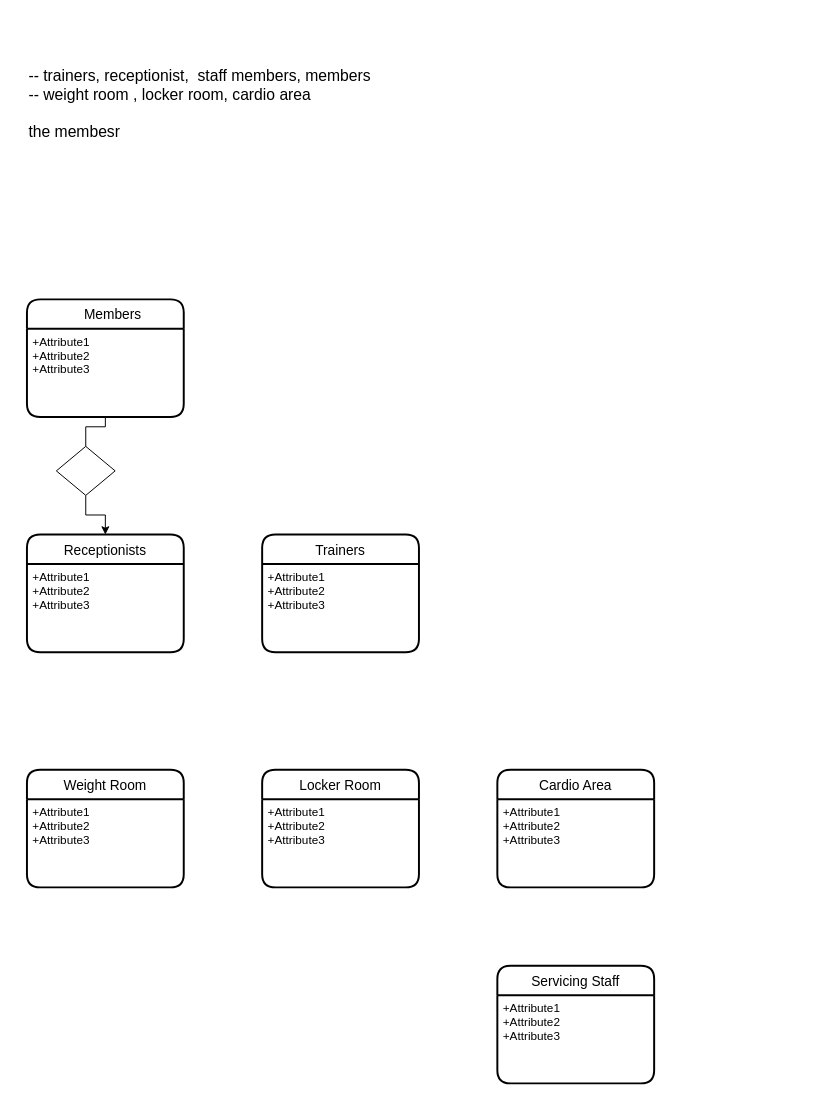
This is Gym.drawio from gituser514/Diagram, a draw.io file, before an edit. Source tidied: cells renumbered, new cells numbered last; positions are measured from the earlier drawing's top-left corner, leaving out a move shared by most shapes. Both pictures are drawn from the tidied source at 98%, with x=0, y=0 at pixel (26, 78).
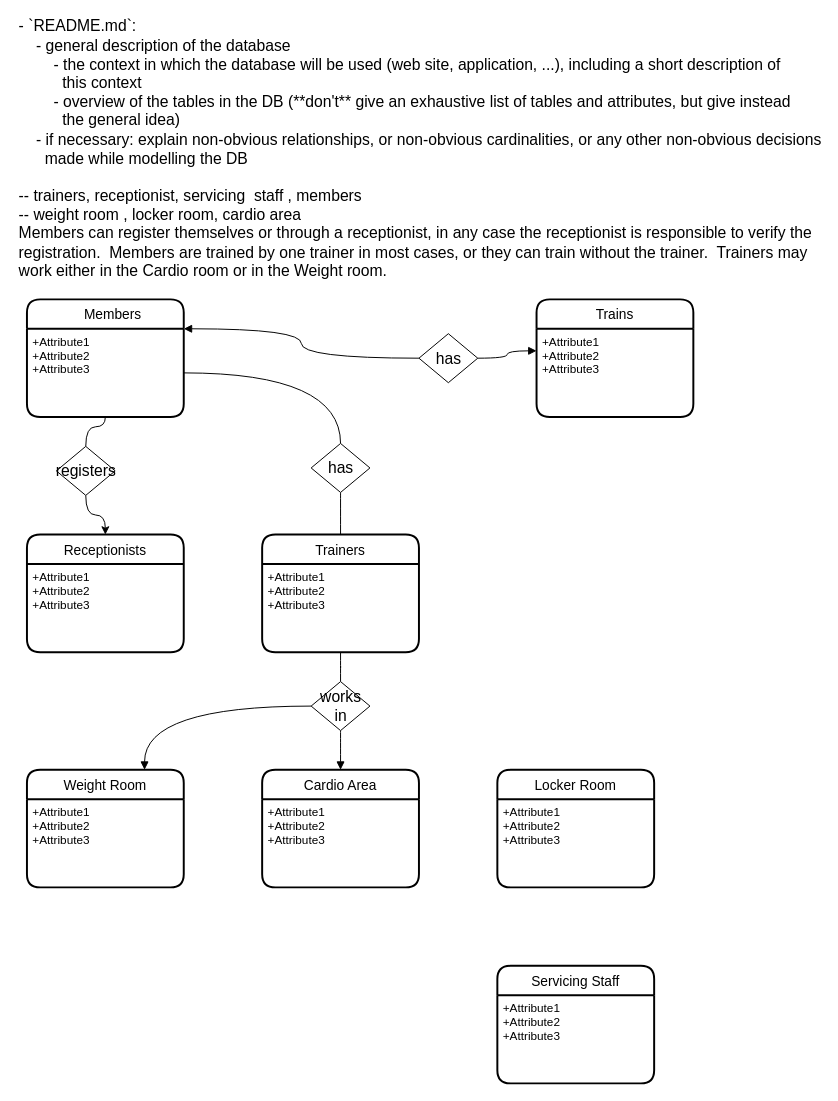
Above is the later version.

Unchanged cells that the change refers to:
```xml
<mxCell id="2" value="    Members" style="swimlane;horizontal=1;startSize=30;rounded=1;fontSize=14;fontStyle=0;strokeWidth=2;shadow=0;dashed=0;align=center;" parent="1" vertex="1">
  <mxGeometry y="225" width="160" height="120" as="geometry" />
</mxCell>
<mxCell id="3" value="+Attribute1&#10;+Attribute2&#10;+Attribute3" style="align=left;strokeColor=none;fillColor=none;spacingLeft=4;fontSize=12;verticalAlign=top;" parent="2" vertex="1">
  <mxGeometry y="30" width="160" height="90" as="geometry" />
</mxCell>
<mxCell id="4" value="Receptionists " style="swimlane;horizontal=1;startSize=30;rounded=1;fontSize=14;fontStyle=0;strokeWidth=2;shadow=0;dashed=0;align=center;" parent="1" vertex="1">
  <mxGeometry y="465" width="160" height="120" as="geometry" />
</mxCell>
<mxCell id="6" value="Trainers" style="swimlane;horizontal=1;startSize=30;rounded=1;fontSize=14;fontStyle=0;strokeWidth=2;shadow=0;dashed=0;align=center;" parent="1" vertex="1">
  <mxGeometry x="240" y="465" width="160" height="120" as="geometry" />
</mxCell>
<mxCell id="7" value="+Attribute1&#10;+Attribute2&#10;+Attribute3" style="align=left;strokeColor=none;fillColor=none;spacingLeft=4;fontSize=12;verticalAlign=top;" parent="6" vertex="1">
  <mxGeometry y="30" width="160" height="90" as="geometry" />
</mxCell>
<mxCell id="15" value="Weight Room" style="swimlane;horizontal=1;startSize=30;rounded=1;fontSize=14;fontStyle=0;strokeWidth=2;shadow=0;dashed=0;align=center;" parent="1" vertex="1">
  <mxGeometry y="705" width="160" height="120" as="geometry" />
</mxCell>
```

Change to the diagram source:
```diff
@@
-    <mxCell id="10" value="&lt;div style=&quot;font-size: 16px&quot; align=&quot;left&quot;&gt;&lt;font style=&quot;font-size: 16px&quot;&gt;-- trainers, receptionist,&amp;nbsp; staff members, members&lt;br style=&quot;font-size: 16px&quot;&gt;-- weight room , locker room, cardio area&lt;/font&gt;&lt;/div&gt;&lt;div style=&quot;font-size: 16px&quot; align=&quot;left&quot;&gt;&lt;font style=&quot;font-size: 16px&quot;&gt;&lt;br&gt;&lt;/font&gt;&lt;/div&gt;&lt;div style=&quot;font-size: 16px&quot; align=&quot;left&quot;&gt;&lt;font style=&quot;font-size: 16px&quot;&gt;the membesr &lt;br&gt;&lt;/font&gt;&lt;/div&gt;&lt;div style=&quot;font-size: 16px&quot; align=&quot;left&quot;&gt;&lt;font style=&quot;font-size: 16px&quot;&gt;&lt;br&gt;&lt;/font&gt;&lt;/div&gt;" style="text;html=1;align=left;verticalAlign=middle;strokeColor=none;fillColor=none;" parent="1" vertex="1">
-      <mxGeometry width="330" height="70" as="geometry" />
+    <mxCell id="10" value="&lt;font style=&quot;font-size: 16px&quot;&gt;- `README.md`:&lt;/font&gt;&lt;br&gt;&lt;div style=&quot;font-size: 16px&quot; align=&quot;left&quot;&gt;&lt;font style=&quot;font-size: 16px&quot;&gt;&amp;nbsp;&amp;nbsp;&amp;nbsp; - general description of the database&lt;br&gt;&amp;nbsp;&amp;nbsp;&amp;nbsp;&amp;nbsp;&amp;nbsp;&amp;nbsp;&amp;nbsp; - the context in which the database will be used (web site, application, ...), including a short description of&lt;br&gt;&amp;nbsp;&amp;nbsp;&amp;nbsp;&amp;nbsp;&amp;nbsp;&amp;nbsp;&amp;nbsp;&amp;nbsp;&amp;nbsp; this context&lt;br&gt;&amp;nbsp;&amp;nbsp;&amp;nbsp;&amp;nbsp;&amp;nbsp;&amp;nbsp;&amp;nbsp; - overview of the tables in the DB (**don't** give an exhaustive list of tables and attributes, but give instead&lt;br&gt;&amp;nbsp;&amp;nbsp;&amp;nbsp;&amp;nbsp;&amp;nbsp;&amp;nbsp;&amp;nbsp;&amp;nbsp;&amp;nbsp; the general idea)&lt;br&gt;&amp;nbsp;&amp;nbsp;&amp;nbsp; - if necessary: explain non-obvious relationships, or non-obvious cardinalities, or any other non-obvious decisions&lt;br&gt;&amp;nbsp;&amp;nbsp;&amp;nbsp;&amp;nbsp;&amp;nbsp; made while modelling the DB&lt;br&gt;&lt;/font&gt;&lt;/div&gt;&lt;div style=&quot;font-size: 16px&quot; align=&quot;left&quot;&gt;&lt;font style=&quot;font-size: 16px&quot;&gt;&lt;br&gt;&lt;/font&gt;&lt;/div&gt;&lt;div style=&quot;font-size: 16px&quot; align=&quot;left&quot;&gt;&lt;div style=&quot;font-size: 16px&quot; align=&quot;left&quot;&gt;&lt;font style=&quot;font-size: 16px&quot;&gt;-- trainers, receptionist, servicing&amp;nbsp; staff , members&lt;br style=&quot;font-size: 16px&quot;&gt;-- weight room , locker room, cardio area&lt;/font&gt;&lt;/div&gt;&lt;div style=&quot;font-size: 16px&quot; align=&quot;left&quot;&gt;&lt;font style=&quot;font-size: 16px&quot;&gt;Members can register themselves or through a receptionist, in any case the receptionist is responsible to verify the &lt;br&gt;registration.&amp;nbsp; Members are trained by one trainer in most cases, or they can train without the trainer.&amp;nbsp; Trainers may &lt;br&gt;work either in the Cardio room or in the Weight room. &lt;br&gt;&lt;/font&gt;&lt;/div&gt;&lt;div style=&quot;font-size: 16px&quot; align=&quot;left&quot;&gt;&lt;font style=&quot;font-size: 16px&quot;&gt;&lt;br&gt;&lt;/font&gt;&lt;/div&gt;&lt;div style=&quot;font-size: 16px&quot; align=&quot;left&quot;&gt;&lt;font style=&quot;font-size: 16px&quot;&gt;&lt;br&gt;&lt;/font&gt;&lt;/div&gt;&lt;/div&gt;&lt;div style=&quot;font-size: 16px&quot; align=&quot;left&quot;&gt;&lt;font style=&quot;font-size: 16px&quot;&gt;&lt;br&gt;&lt;/font&gt;&lt;/div&gt;" style="text;html=1;align=left;verticalAlign=middle;strokeColor=none;fillColor=none;" parent="1" vertex="1">
+      <mxGeometry x="-10" y="-10" width="750" height="220" as="geometry" />
     </mxCell>
     <mxCell id="11" value="Cardio Area" style="swimlane;horizontal=1;startSize=30;rounded=1;fontSize=14;fontStyle=0;strokeWidth=2;shadow=0;dashed=0;align=center;" parent="1" vertex="1">
-      <mxGeometry x="480" y="705" width="160" height="120" as="geometry" />
+      <mxGeometry x="240" y="705" width="160" height="120" as="geometry" />
     </mxCell>
@@
     <mxCell id="13" value="Locker Room" style="swimlane;horizontal=1;startSize=30;rounded=1;fontSize=14;fontStyle=0;strokeWidth=2;shadow=0;dashed=0;align=center;" parent="1" vertex="1">
-      <mxGeometry x="240" y="705" width="160" height="120" as="geometry" />
+      <mxGeometry x="480" y="705" width="160" height="120" as="geometry" />
     </mxCell>
@@
-    <mxCell id="17" style="edgeStyle=orthogonalEdgeStyle;rounded=0;jettySize=auto;html=1;fontSize=16;endArrow=none;endFill=0;" parent="1" edge="1" source="19" target="3">
+    <mxCell id="17" style="edgeStyle=orthogonalEdgeStyle;rounded=0;jettySize=auto;html=1;fontSize=16;endArrow=none;endFill=0;curved=1;" parent="1" edge="1" source="19" target="3">
       <mxGeometry relative="1" as="geometry" />
     </mxCell>
-    <mxCell id="18" style="edgeStyle=orthogonalEdgeStyle;rounded=0;jettySize=auto;html=1;fontSize=16;" parent="1" edge="1" source="19" target="4">
+    <mxCell id="18" style="edgeStyle=orthogonalEdgeStyle;rounded=0;jettySize=auto;html=1;fontSize=16;curved=1;" parent="1" edge="1" source="19" target="4">
       <mxGeometry relative="1" as="geometry" />
     </mxCell>
-    <mxCell id="19" style="shape=rhombus;html=1;dashed=0;whitespace=wrap;perimeter=rhombusPerimeter;fontSize=16;" parent="1" vertex="1">
+    <mxCell id="19" value="registers" style="shape=rhombus;html=1;dashed=0;whitespace=wrap;perimeter=rhombusPerimeter;fontSize=16;" parent="1" vertex="1">
       <mxGeometry x="30" y="375" width="60" height="50" as="geometry" />
     </mxCell>
+    <mxCell id="20" style="edgeStyle=orthogonalEdgeStyle;rounded=0;jettySize=auto;html=1;entryX=1;entryY=0.5;entryDx=0;entryDy=0;fontSize=16;endArrow=none;endFill=0;curved=1;exitX=0.5;exitY=0;exitDx=0;exitDy=0;" parent="1" edge="1" source="22" target="3">
+      <mxGeometry relative="1" as="geometry" />
+    </mxCell>
+    <mxCell id="21" style="edgeStyle=orthogonalEdgeStyle;rounded=0;jettySize=auto;html=1;fontSize=16;endArrow=none;endFill=0;curved=1;" parent="1" edge="1" source="22" target="6">
+      <mxGeometry relative="1" as="geometry" />
+    </mxCell>
+    <mxCell id="22" value="has" style="shape=rhombus;html=1;dashed=0;whitespace=wrap;perimeter=rhombusPerimeter;fontSize=16;" parent="1" vertex="1">
+      <mxGeometry x="290" y="372" width="60" height="50" as="geometry" />
+    </mxCell>
+    <mxCell id="23" style="edgeStyle=orthogonalEdgeStyle;curved=1;rounded=0;jettySize=auto;html=1;entryX=0.5;entryY=1;entryDx=0;entryDy=0;fontSize=16;startArrow=none;startFill=0;endArrow=none;endFill=0;" parent="1" edge="1" source="25" target="7">
+      <mxGeometry relative="1" as="geometry" />
+    </mxCell>
+    <mxCell id="24" style="edgeStyle=orthogonalEdgeStyle;curved=1;rounded=0;jettySize=auto;html=1;exitX=0.5;exitY=1;exitDx=0;exitDy=0;entryX=0.5;entryY=0;entryDx=0;entryDy=0;fontSize=16;startArrow=none;startFill=0;endArrow=block;endFill=1;" parent="1" edge="1" source="25" target="11">
+      <mxGeometry relative="1" as="geometry" />
+    </mxCell>
+    <mxCell id="25" value="&lt;div&gt;works &lt;br&gt;&lt;/div&gt;&lt;div&gt;in&lt;/div&gt;" style="shape=rhombus;html=1;dashed=0;whitespace=wrap;perimeter=rhombusPerimeter;fontSize=16;" parent="1" vertex="1">
+      <mxGeometry x="290" y="615" width="60" height="50" as="geometry" />
+    </mxCell>
+    <mxCell id="26" style="edgeStyle=orthogonalEdgeStyle;curved=1;rounded=0;jettySize=auto;html=1;fontSize=16;startArrow=none;startFill=0;endArrow=block;endFill=1;entryX=0.75;entryY=0;entryDx=0;entryDy=0;exitX=0;exitY=0.5;exitDx=0;exitDy=0;" parent="1" edge="1" source="25" target="15">
+      <mxGeometry relative="1" as="geometry" />
+    </mxCell>
+    <mxCell id="27" value="Trains" style="swimlane;horizontal=1;startSize=30;rounded=1;fontSize=14;fontStyle=0;strokeWidth=2;shadow=0;dashed=0;align=center;" parent="1" vertex="1">
+      <mxGeometry x="520" y="225" width="160" height="120" as="geometry" />
+    </mxCell>
+    <mxCell id="28" value="+Attribute1&#10;+Attribute2&#10;+Attribute3" style="align=left;strokeColor=none;fillColor=none;spacingLeft=4;fontSize=12;verticalAlign=top;" parent="27" vertex="1">
+      <mxGeometry y="30" width="160" height="90" as="geometry" />
+    </mxCell>
+    <mxCell id="29" style="edgeStyle=orthogonalEdgeStyle;curved=1;rounded=0;jettySize=auto;html=1;entryX=1;entryY=0.25;entryDx=0;entryDy=0;fontSize=16;startArrow=none;startFill=0;endArrow=block;endFill=1;" parent="1" edge="1" source="31" target="2">
+      <mxGeometry relative="1" as="geometry" />
+    </mxCell>
+    <mxCell id="30" style="edgeStyle=orthogonalEdgeStyle;curved=1;rounded=0;jettySize=auto;html=1;entryX=0;entryY=0.25;entryDx=0;entryDy=0;fontSize=16;startArrow=none;startFill=0;endArrow=block;endFill=1;" parent="1" edge="1" source="31" target="28">
+      <mxGeometry relative="1" as="geometry" />
+    </mxCell>
+    <mxCell id="31" value="has" style="shape=rhombus;html=1;dashed=0;whitespace=wrap;perimeter=rhombusPerimeter;fontSize=16;" parent="1" vertex="1">
+      <mxGeometry x="400" y="260" width="60" height="50" as="geometry" />
+    </mxCell>
```
